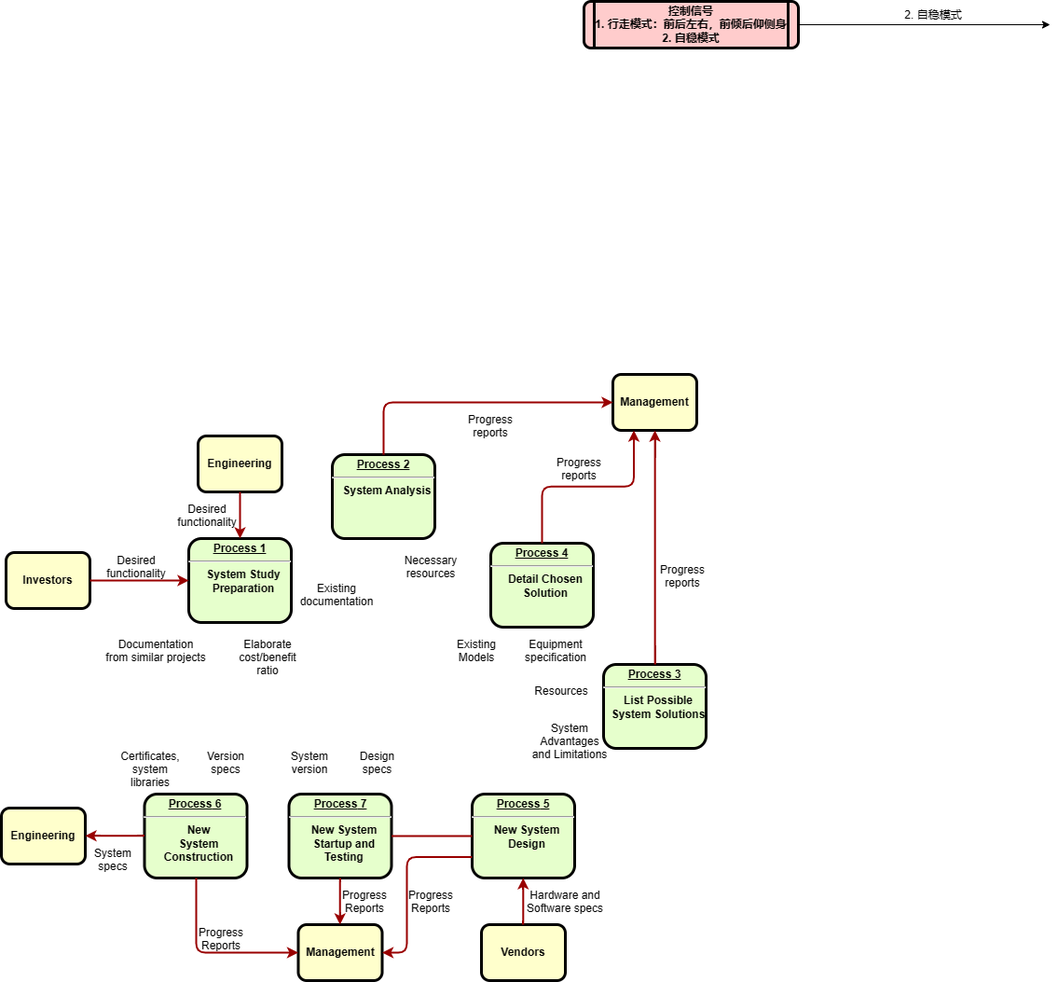
KAZAMA-DREAM/picture keeps this draw.io diagram as 机器人总体流程.drawio.png. Above is the earlier version. Source tidied: cells renumbered, new cells last; positions are measured from the earlier drawing's top-left corner, leaving out a move shared by most shapes.
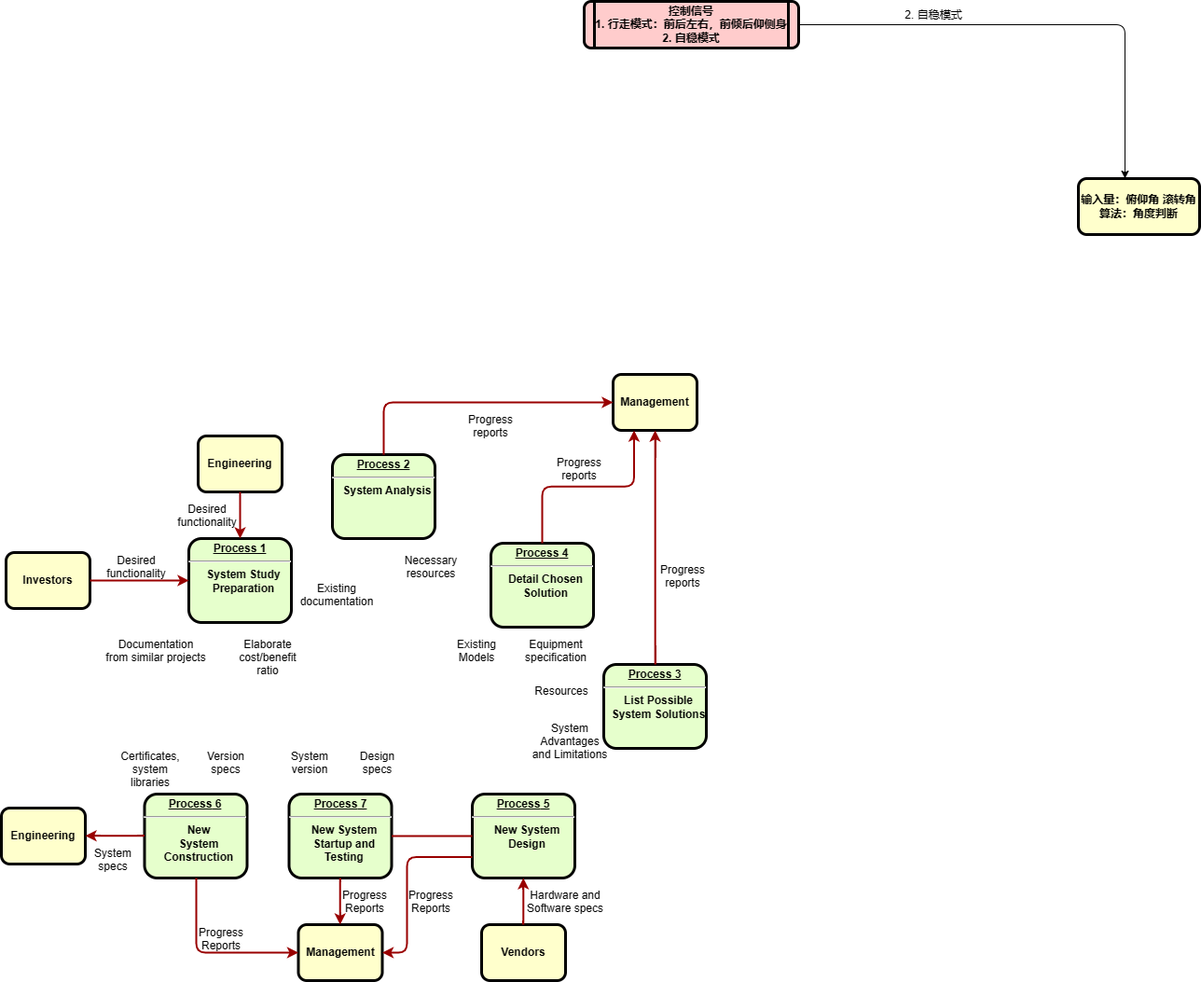
After the commit.

Commit message:
更新机器人总体流程.drawio.png

What changed in the source:
```diff
@@ -13,7 +13,7 @@
     </mxCell>
     <mxCell id="5" style="edgeStyle=orthogonalEdgeStyle;rounded=1;jettySize=auto;html=1;" parent="1" edge="1" source="6">
       <mxGeometry relative="1" as="geometry">
-        <mxPoint x="1125" y="25" as="targetPoint" />
+        <mxPoint x="1205" y="190" as="targetPoint" />
       </mxGeometry>
     </mxCell>
     <mxCell id="6" value="控制信号&#10;1. 行走模式：前后左右，前倾后仰侧身&#10;2. 自稳模式" style="shape=process;whiteSpace=wrap;align=center;verticalAlign=middle;size=0.0475;fontStyle=1;strokeWidth=3;fillColor=#FFCCCC;rounded=1;" parent="1" vertex="1">
@@ -163,5 +163,8 @@
     <mxCell id="50" value="2. 自稳模式" style="text;html=1;strokeColor=none;fillColor=none;align=center;verticalAlign=middle;whiteSpace=wrap;rounded=0;" parent="1" vertex="1">
       <mxGeometry x="965" width="70" height="30" as="geometry" />
     </mxCell>
+    <mxCell id="51" value="输入量：俯仰角 滚转角&#10;算法：角度判断" style="whiteSpace=wrap;align=center;verticalAlign=middle;fontStyle=1;strokeWidth=3;fillColor=#FFFFCC;rounded=1;" parent="1" vertex="1">
+      <mxGeometry x="1155" y="190" width="130" height="60" as="geometry" />
+    </mxCell>
   </root>
 </mxGraphModel>
```
